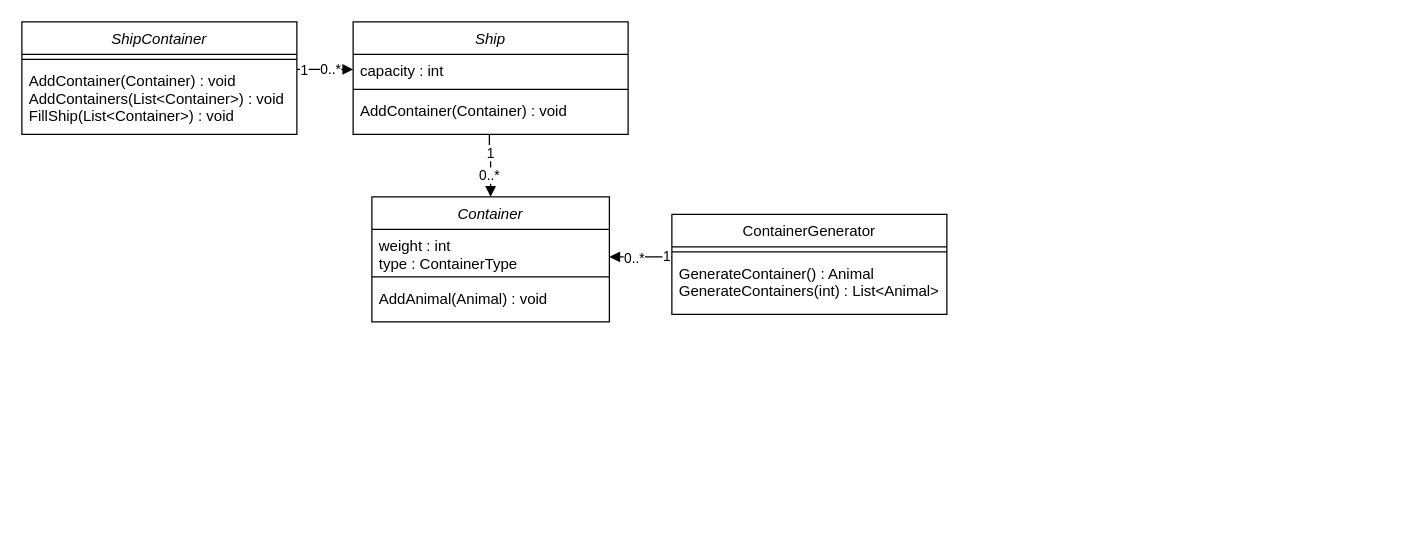
The draw.io diagram Sprint4/ExtraOpdrachten/ContainervervoerClassDiagram.drawio in Thomas-Molen/S2CMKThomasvanderMolen, before the edit. Source tidied: cells renumbered, new cells numbered last; positions are measured from the earlier drawing's top-left corner, leaving out a move shared by most shapes. Both pictures are drawn from the tidied source at 125%, with x=0, y=0 at pixel (21, 21).
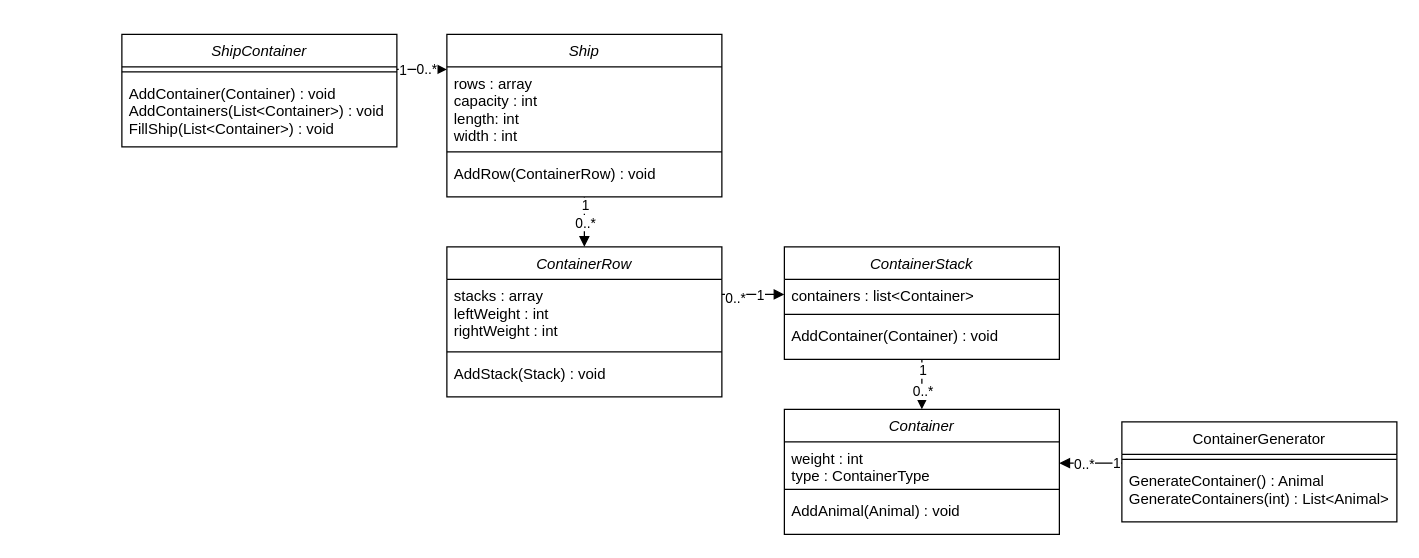
After the change.

Commit message:
updates class diagram

Diff of the diagram source:
```diff
@@
     <mxCell id="2" value="Container" style="swimlane;fontStyle=2;align=center;verticalAlign=top;horizontal=1;startSize=26;rounded=0;shadow=0;strokeWidth=1;" parent="1" vertex="1">
-      <mxGeometry x="280" y="140" width="190" height="100" as="geometry" />
+      <mxGeometry x="610" y="310" width="220" height="100" as="geometry" />
     </mxCell>
     <mxCell id="3" value="weight : int&#10;type : ContainerType" style="text;align=left;verticalAlign=top;spacingLeft=4;spacingRight=4;overflow=hidden;points=[[0,0.5],[1,0.5]];portConstraint=eastwest;rounded=0;shadow=0;html=0;" parent="2" vertex="1">
-      <mxGeometry y="26" width="190" height="34" as="geometry" />
+      <mxGeometry y="26" width="220" height="34" as="geometry" />
     </mxCell>
     <mxCell id="4" style="line;html=1;strokeWidth=1;align=left;verticalAlign=middle;spacingTop=-1;spacingLeft=3;spacingRight=3;labelPosition=right;" parent="2" vertex="1">
-      <mxGeometry y="60" width="190" height="8" as="geometry" />
+      <mxGeometry y="60" width="220" height="8" as="geometry" />
     </mxCell>
     <mxCell id="5" value="AddAnimal(Animal) : void&#10;&#10;" style="text;align=left;verticalAlign=top;spacingLeft=4;spacingRight=4;overflow=hidden;" parent="2" vertex="1">
-      <mxGeometry y="68" width="190" height="30" as="geometry" />
+      <mxGeometry y="68" width="220" height="30" as="geometry" />
     </mxCell>
-    <mxCell id="6" style="edgeStyle=orthogonalEdgeStyle;rounded=0;jettySize=auto;html=1;endArrow=block;endFill=1;" parent="1" edge="1" source="12" target="2">
-      <mxGeometry relative="1" as="geometry">
-        <Array as="points">
-          <mxPoint x="374" y="100" />
-          <mxPoint x="375" y="100" />
-        </Array>
-      </mxGeometry>
-    </mxCell>
-    <mxCell id="7" value="1" style="edgeLabel;html=1;align=center;verticalAlign=middle;" parent="6" vertex="1">
-      <mxGeometry x="-0.85" relative="1" as="geometry">
-        <mxPoint y="10" as="offset" />
-      </mxGeometry>
-    </mxCell>
-    <mxCell id="8" value="0..*" style="edgeLabel;html=1;align=center;verticalAlign=middle;" parent="6" vertex="1">
-      <mxGeometry x="0.31" y="1" relative="1" as="geometry">
-        <mxPoint x="-3" as="offset" />
-      </mxGeometry>
-    </mxCell>
+    <mxCell id="25" style="edgeStyle=orthogonalEdgeStyle;rounded=0;jettySize=auto;html=1;entryX=0.5;entryY=0;entryDx=0;entryDy=0;endArrow=block;endFill=1;" parent="1" edge="1" source="9" target="28">
+      <mxGeometry relative="1" as="geometry" />
+    </mxCell>
+    <mxCell id="26" value="1" style="edgeLabel;html=1;align=center;verticalAlign=middle;" parent="25" vertex="1">
+      <mxGeometry x="-0.7" relative="1" as="geometry" />
+    </mxCell>
+    <mxCell id="27" value="0..*" style="edgeLabel;html=1;align=center;verticalAlign=middle;" parent="25" vertex="1">
+      <mxGeometry x="0.31" relative="1" as="geometry">
+        <mxPoint y="-6" as="offset" />
+      </mxGeometry>
+    </mxCell>
     <mxCell id="9" value="Ship" style="swimlane;fontStyle=2;align=center;verticalAlign=top;horizontal=1;startSize=26;rounded=0;shadow=0;strokeWidth=1;" parent="1" vertex="1">
-      <mxGeometry x="265" width="220" height="90" as="geometry" />
+      <mxGeometry x="340" y="10" width="220" height="130" as="geometry" />
     </mxCell>
-    <mxCell id="10" value="capacity : int" style="text;align=left;verticalAlign=top;spacingLeft=4;spacingRight=4;overflow=hidden;" parent="9" vertex="1">
-      <mxGeometry y="26" width="220" height="24" as="geometry" />
+    <mxCell id="10" value="rows : array&#10;capacity : int&#10;length: int&#10;width : int" style="text;align=left;verticalAlign=top;spacingLeft=4;spacingRight=4;overflow=hidden;" parent="9" vertex="1">
+      <mxGeometry y="26" width="220" height="64" as="geometry" />
     </mxCell>
     <mxCell id="11" style="line;html=1;strokeWidth=1;align=left;verticalAlign=middle;spacingTop=-1;spacingLeft=3;spacingRight=3;labelPosition=right;" parent="9" vertex="1">
-      <mxGeometry y="50" width="220" height="8" as="geometry" />
+      <mxGeometry y="90" width="220" height="8" as="geometry" />
     </mxCell>
-    <mxCell id="12" value="AddContainer(Container) : void" style="text;align=left;verticalAlign=top;spacingLeft=4;spacingRight=4;overflow=hidden;points=[[0,0.5],[1,0.5]];portConstraint=eastwest;" parent="9" vertex="1">
-      <mxGeometry y="58" width="220" height="32" as="geometry" />
+    <mxCell id="12" value="AddRow(ContainerRow) : void" style="text;align=left;verticalAlign=top;spacingLeft=4;spacingRight=4;overflow=hidden;points=[[0,0.5],[1,0.5]];portConstraint=eastwest;" parent="9" vertex="1">
+      <mxGeometry y="98" width="220" height="32" as="geometry" />
     </mxCell>
-    <mxCell id="13" style="edgeStyle=orthogonalEdgeStyle;rounded=0;jettySize=auto;html=1;endArrow=block;endFill=1;" parent="1" edge="1" source="16">
+    <mxCell id="13" style="edgeStyle=orthogonalEdgeStyle;rounded=0;jettySize=auto;html=1;endArrow=block;endFill=1;entryX=1;entryY=0.5;entryDx=0;entryDy=0;" parent="1" edge="1" source="16" target="3">
       <mxGeometry relative="1" as="geometry">
-        <mxPoint x="470" y="188" as="targetPoint" />
         <Array as="points">
-          <mxPoint x="520" y="188" />
-          <mxPoint x="520" y="188" />
+          <mxPoint x="900" y="353" />
+          <mxPoint x="900" y="353" />
         </Array>
       </mxGeometry>
     </mxCell>
@@
     <mxCell id="16" value="ContainerGenerator" style="swimlane;fontStyle=0;align=center;verticalAlign=top;horizontal=1;startSize=26;rounded=0;shadow=0;strokeWidth=1;" parent="1" vertex="1">
-      <mxGeometry x="520" y="154" width="220" height="80" as="geometry" />
+      <mxGeometry x="880" y="320" width="220" height="80" as="geometry" />
     </mxCell>
@@
     <mxCell id="19" style="edgeStyle=orthogonalEdgeStyle;rounded=0;jettySize=auto;html=1;endArrow=block;endFill=1;" parent="1" edge="1" source="22">
       <mxGeometry relative="1" as="geometry">
-        <mxPoint x="265" y="38" as="targetPoint" />
+        <mxPoint x="340" y="38" as="targetPoint" />
         <Array as="points">
-          <mxPoint x="240" y="38" />
-          <mxPoint x="240" y="38" />
+          <mxPoint x="315" y="38" />
+          <mxPoint x="315" y="38" />
         </Array>
       </mxGeometry>
     </mxCell>
@@
     <mxCell id="22" value="ShipContainer" style="swimlane;fontStyle=2;align=center;verticalAlign=top;horizontal=1;startSize=26;rounded=0;shadow=0;strokeWidth=1;" parent="1" vertex="1">
-      <mxGeometry width="220" height="90" as="geometry" />
+      <mxGeometry x="80" y="10" width="220" height="90" as="geometry" />
     </mxCell>
@@
+    <mxCell id="28" value="ContainerRow" style="swimlane;fontStyle=2;align=center;verticalAlign=top;horizontal=1;startSize=26;rounded=0;shadow=0;strokeWidth=1;" parent="1" vertex="1">
+      <mxGeometry x="340" y="180" width="220" height="120" as="geometry" />
+    </mxCell>
+    <mxCell id="29" value="stacks : array&#10;leftWeight : int&#10;rightWeight : int" style="text;align=left;verticalAlign=top;spacingLeft=4;spacingRight=4;overflow=hidden;" parent="28" vertex="1">
+      <mxGeometry y="26" width="220" height="54" as="geometry" />
+    </mxCell>
+    <mxCell id="30" style="line;html=1;strokeWidth=1;align=left;verticalAlign=middle;spacingTop=-1;spacingLeft=3;spacingRight=3;labelPosition=right;" parent="28" vertex="1">
+      <mxGeometry y="80" width="220" height="8" as="geometry" />
+    </mxCell>
+    <mxCell id="31" value="AddStack(Stack) : void" style="text;align=left;verticalAlign=top;spacingLeft=4;spacingRight=4;overflow=hidden;" parent="28" vertex="1">
+      <mxGeometry y="88" width="220" height="32" as="geometry" />
+    </mxCell>
+    <mxCell id="32" style="edgeStyle=orthogonalEdgeStyle;rounded=0;jettySize=auto;html=1;entryX=0.5;entryY=0;entryDx=0;entryDy=0;endArrow=block;endFill=1;" parent="1" edge="1" source="38" target="2">
+      <mxGeometry relative="1" as="geometry" />
+    </mxCell>
+    <mxCell id="33" value="1" style="edgeLabel;html=1;align=center;verticalAlign=middle;" parent="32" vertex="1">
+      <mxGeometry x="-0.76" y="-1" relative="1" as="geometry">
+        <mxPoint x="1" y="3" as="offset" />
+      </mxGeometry>
+    </mxCell>
+    <mxCell id="34" value="0..*" style="edgeLabel;html=1;align=center;verticalAlign=middle;" parent="32" vertex="1">
+      <mxGeometry x="0.23" relative="1" as="geometry" />
+    </mxCell>
+    <mxCell id="35" style="edgeStyle=orthogonalEdgeStyle;rounded=0;jettySize=auto;html=1;endArrow=none;endFill=0;startArrow=block;startFill=1;" parent="1" edge="1" source="38">
+      <mxGeometry relative="1" as="geometry">
+        <mxPoint x="560" y="218" as="targetPoint" />
+        <Array as="points">
+          <mxPoint x="570" y="218" />
+          <mxPoint x="570" y="218" />
+        </Array>
+      </mxGeometry>
+    </mxCell>
+    <mxCell id="36" value="1" style="edgeLabel;html=1;align=center;verticalAlign=middle;" parent="35" vertex="1">
+      <mxGeometry x="-0.77" relative="1" as="geometry">
+        <mxPoint x="-14" as="offset" />
+      </mxGeometry>
+    </mxCell>
+    <mxCell id="37" value="0..*" style="edgeLabel;html=1;align=center;verticalAlign=middle;" parent="35" vertex="1">
+      <mxGeometry x="0.73" y="2" relative="1" as="geometry">
+        <mxPoint x="3" as="offset" />
+      </mxGeometry>
+    </mxCell>
+    <mxCell id="38" value="ContainerStack" style="swimlane;fontStyle=2;align=center;verticalAlign=top;horizontal=1;startSize=26;rounded=0;shadow=0;strokeWidth=1;" parent="1" vertex="1">
+      <mxGeometry x="610" y="180" width="220" height="90" as="geometry" />
+    </mxCell>
+    <mxCell id="39" value="containers : list&lt;Container&gt;" style="text;align=left;verticalAlign=top;spacingLeft=4;spacingRight=4;overflow=hidden;" parent="38" vertex="1">
+      <mxGeometry y="26" width="220" height="24" as="geometry" />
+    </mxCell>
+    <mxCell id="40" style="line;html=1;strokeWidth=1;align=left;verticalAlign=middle;spacingTop=-1;spacingLeft=3;spacingRight=3;labelPosition=right;" parent="38" vertex="1">
+      <mxGeometry y="50" width="220" height="8" as="geometry" />
+    </mxCell>
+    <mxCell id="41" value="AddContainer(Container) : void" style="text;align=left;verticalAlign=top;spacingLeft=4;spacingRight=4;overflow=hidden;" parent="38" vertex="1">
+      <mxGeometry y="58" width="220" height="32" as="geometry" />
+    </mxCell>
```
